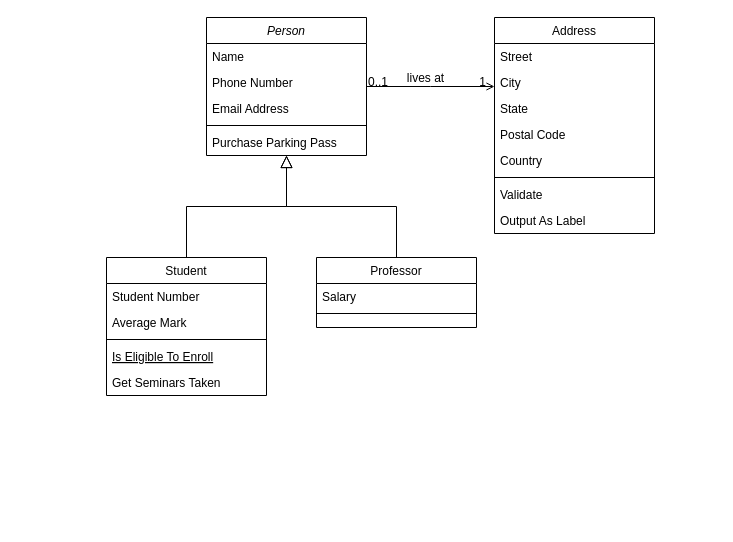
Earlier version of the draw.io diagram class-diagram-presensi.drawio (Brainstormers-comunity/Presensi-Digital). Source tidied: cells renumbered, new cells numbered last; positions are measured from the earlier drawing's top-left corner, leaving out a move shared by most shapes. Both pictures are drawn from the tidied source at 100%, with x=0, y=0 at pixel (106, 17).
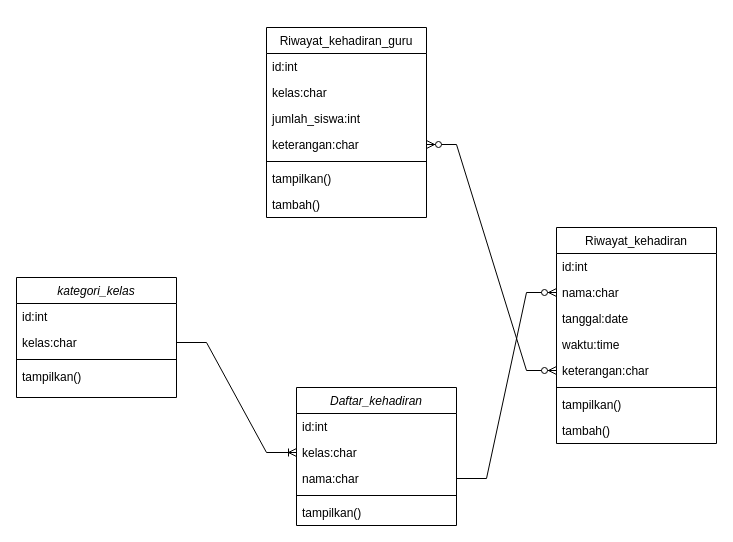
Above is the later version.

Change to the diagram source:
```diff
@@
-    <mxCell id="2" value="Person" style="swimlane;fontStyle=2;align=center;verticalAlign=top;horizontal=1;startSize=26;rounded=0;shadow=0;strokeWidth=1;" parent="1" vertex="1">
-      <mxGeometry x="100" width="160" height="138" as="geometry" />
+    <mxCell id="2" value="Daftar_kehadiran" style="swimlane;fontStyle=2;align=center;verticalAlign=top;horizontal=1;startSize=26;rounded=0;shadow=0;strokeWidth=1;" parent="1" vertex="1">
+      <mxGeometry x="190" y="370" width="160" height="138" as="geometry" />
     </mxCell>
-    <mxCell id="3" value="Name" style="text;align=left;verticalAlign=top;spacingLeft=4;spacingRight=4;overflow=hidden;" parent="2" vertex="1">
+    <mxCell id="3" value="id:int" style="text;align=left;verticalAlign=top;spacingLeft=4;spacingRight=4;overflow=hidden;" parent="2" vertex="1">
       <mxGeometry y="26" width="160" height="26" as="geometry" />
     </mxCell>
-    <mxCell id="4" value="Phone Number" style="text;align=left;verticalAlign=top;spacingLeft=4;spacingRight=4;overflow=hidden;points=[[0,0.5],[1,0.5]];portConstraint=eastwest;rounded=0;shadow=0;html=0;" parent="2" vertex="1">
+    <mxCell id="4" value="kelas:char" style="text;align=left;verticalAlign=top;spacingLeft=4;spacingRight=4;overflow=hidden;points=[[0,0.5],[1,0.5]];portConstraint=eastwest;rounded=0;shadow=0;html=0;" parent="2" vertex="1">
       <mxGeometry y="52" width="160" height="26" as="geometry" />
     </mxCell>
-    <mxCell id="5" value="Email Address" style="text;align=left;verticalAlign=top;spacingLeft=4;spacingRight=4;overflow=hidden;points=[[0,0.5],[1,0.5]];portConstraint=eastwest;rounded=0;shadow=0;html=0;" parent="2" vertex="1">
+    <mxCell id="5" value="nama:char" style="text;align=left;verticalAlign=top;spacingLeft=4;spacingRight=4;overflow=hidden;points=[[0,0.5],[1,0.5]];portConstraint=eastwest;rounded=0;shadow=0;html=0;" parent="2" vertex="1">
       <mxGeometry y="78" width="160" height="26" as="geometry" />
     </mxCell>
@@
-    <mxCell id="7" value="Purchase Parking Pass" style="text;align=left;verticalAlign=top;spacingLeft=4;spacingRight=4;overflow=hidden;" parent="2" vertex="1">
+    <mxCell id="7" value="tampilkan()" style="text;align=left;verticalAlign=top;spacingLeft=4;spacingRight=4;overflow=hidden;" parent="2" vertex="1">
       <mxGeometry y="112" width="160" height="26" as="geometry" />
     </mxCell>
-    <mxCell id="8" value="Student" style="swimlane;fontStyle=0;align=center;verticalAlign=top;horizontal=1;startSize=26;rounded=0;shadow=0;strokeWidth=1;" parent="1" vertex="1">
-      <mxGeometry y="240" width="160" height="138" as="geometry" />
-    </mxCell>
-    <mxCell id="9" value="Student Number" style="text;align=left;verticalAlign=top;spacingLeft=4;spacingRight=4;overflow=hidden;" parent="8" vertex="1">
-      <mxGeometry y="26" width="160" height="26" as="geometry" />
-    </mxCell>
-    <mxCell id="10" value="Average Mark" style="text;align=left;verticalAlign=top;spacingLeft=4;spacingRight=4;overflow=hidden;rounded=0;shadow=0;html=0;" parent="8" vertex="1">
-      <mxGeometry y="52" width="160" height="26" as="geometry" />
-    </mxCell>
-    <mxCell id="11" style="line;html=1;strokeWidth=1;align=left;verticalAlign=middle;spacingTop=-1;spacingLeft=3;spacingRight=3;labelPosition=right;" parent="8" vertex="1">
-      <mxGeometry y="78" width="160" height="8" as="geometry" />
-    </mxCell>
-    <mxCell id="12" value="Is Eligible To Enroll" style="text;align=left;verticalAlign=top;spacingLeft=4;spacingRight=4;overflow=hidden;fontStyle=4;" parent="8" vertex="1">
-      <mxGeometry y="86" width="160" height="26" as="geometry" />
-    </mxCell>
-    <mxCell id="13" value="Get Seminars Taken" style="text;align=left;verticalAlign=top;spacingLeft=4;spacingRight=4;overflow=hidden;" parent="8" vertex="1">
-      <mxGeometry y="112" width="160" height="26" as="geometry" />
-    </mxCell>
-    <mxCell id="14" style="endArrow=block;endSize=10;endFill=0;shadow=0;strokeWidth=1;rounded=0;curved=0;edgeStyle=elbowEdgeStyle;elbow=vertical;" parent="1" edge="1" source="8" target="2">
-      <mxGeometry relative="1" as="geometry" />
-    </mxCell>
-    <mxCell id="15" value="Professor" style="swimlane;fontStyle=0;align=center;verticalAlign=top;horizontal=1;startSize=26;rounded=0;shadow=0;strokeWidth=1;" parent="1" vertex="1">
-      <mxGeometry x="210" y="240" width="160" height="70" as="geometry" />
-    </mxCell>
-    <mxCell id="16" value="Salary" style="text;align=left;verticalAlign=top;spacingLeft=4;spacingRight=4;overflow=hidden;" parent="15" vertex="1">
-      <mxGeometry y="26" width="160" height="26" as="geometry" />
-    </mxCell>
-    <mxCell id="17" style="line;html=1;strokeWidth=1;align=left;verticalAlign=middle;spacingTop=-1;spacingLeft=3;spacingRight=3;labelPosition=right;" parent="15" vertex="1">
-      <mxGeometry y="52" width="160" height="8" as="geometry" />
-    </mxCell>
-    <mxCell id="18" style="endArrow=block;endSize=10;endFill=0;shadow=0;strokeWidth=1;rounded=0;curved=0;edgeStyle=elbowEdgeStyle;elbow=vertical;" parent="1" edge="1" source="15" target="2">
-      <mxGeometry relative="1" as="geometry" />
-    </mxCell>
-    <mxCell id="19" value="Address" style="swimlane;fontStyle=0;align=center;verticalAlign=top;horizontal=1;startSize=26;rounded=0;shadow=0;strokeWidth=1;" parent="1" vertex="1">
-      <mxGeometry x="388" width="160" height="216" as="geometry" />
+    <mxCell id="19" value="Riwayat_kehadiran" style="swimlane;fontStyle=0;align=center;verticalAlign=top;horizontal=1;startSize=26;rounded=0;shadow=0;strokeWidth=1;" parent="1" vertex="1">
+      <mxGeometry x="450" y="210" width="160" height="216" as="geometry" />
     </mxCell>
-    <mxCell id="20" value="Street" style="text;align=left;verticalAlign=top;spacingLeft=4;spacingRight=4;overflow=hidden;" parent="19" vertex="1">
+    <mxCell id="20" value="id:int" style="text;align=left;verticalAlign=top;spacingLeft=4;spacingRight=4;overflow=hidden;" parent="19" vertex="1">
       <mxGeometry y="26" width="160" height="26" as="geometry" />
     </mxCell>
+    <mxCell id="22" value="nama:char" style="text;align=left;verticalAlign=top;spacingLeft=4;spacingRight=4;overflow=hidden;points=[[0,0.5],[1,0.5]];portConstraint=eastwest;rounded=0;shadow=0;html=0;" parent="19" vertex="1">
+      <mxGeometry y="52" width="160" height="26" as="geometry" />
+    </mxCell>
-    <mxCell id="21" value="City" style="text;align=left;verticalAlign=top;spacingLeft=4;spacingRight=4;overflow=hidden;rounded=0;shadow=0;html=0;" parent="19" vertex="1">
-      <mxGeometry y="52" width="160" height="26" as="geometry" />
+    <mxCell id="21" value="tanggal:date" style="text;align=left;verticalAlign=top;spacingLeft=4;spacingRight=4;overflow=hidden;rounded=0;shadow=0;html=0;" parent="19" vertex="1">
+      <mxGeometry y="78" width="160" height="26" as="geometry" />
     </mxCell>
-    <mxCell id="22" value="State" style="text;align=left;verticalAlign=top;spacingLeft=4;spacingRight=4;overflow=hidden;points=[[0,0.5],[1,0.5]];portConstraint=eastwest;rounded=0;shadow=0;html=0;" parent="19" vertex="1">
-      <mxGeometry y="78" width="160" height="26" as="geometry" />
-    </mxCell>
-    <mxCell id="23" value="Postal Code" style="text;align=left;verticalAlign=top;spacingLeft=4;spacingRight=4;overflow=hidden;rounded=0;shadow=0;html=0;" parent="19" vertex="1">
+    <mxCell id="23" value="waktu:time" style="text;align=left;verticalAlign=top;spacingLeft=4;spacingRight=4;overflow=hidden;rounded=0;shadow=0;html=0;" parent="19" vertex="1">
       <mxGeometry y="104" width="160" height="26" as="geometry" />
     </mxCell>
-    <mxCell id="24" value="Country" style="text;align=left;verticalAlign=top;spacingLeft=4;spacingRight=4;overflow=hidden;points=[[0,0.5],[1,0.5]];portConstraint=eastwest;rounded=0;shadow=0;html=0;" parent="19" vertex="1">
+    <mxCell id="24" value="keterangan:char" style="text;align=left;verticalAlign=top;spacingLeft=4;spacingRight=4;overflow=hidden;points=[[0,0.5],[1,0.5]];portConstraint=eastwest;rounded=0;shadow=0;html=0;" parent="19" vertex="1">
       <mxGeometry y="130" width="160" height="26" as="geometry" />
     </mxCell>
@@
-    <mxCell id="26" value="Validate" style="text;align=left;verticalAlign=top;spacingLeft=4;spacingRight=4;overflow=hidden;" parent="19" vertex="1">
+    <mxCell id="26" value="tampilkan()" style="text;align=left;verticalAlign=top;spacingLeft=4;spacingRight=4;overflow=hidden;" parent="19" vertex="1">
       <mxGeometry y="164" width="160" height="26" as="geometry" />
     </mxCell>
-    <mxCell id="27" value="Output As Label" style="text;align=left;verticalAlign=top;spacingLeft=4;spacingRight=4;overflow=hidden;" parent="19" vertex="1">
+    <mxCell id="27" value="tambah()" style="text;align=left;verticalAlign=top;spacingLeft=4;spacingRight=4;overflow=hidden;" parent="19" vertex="1">
       <mxGeometry y="190" width="160" height="26" as="geometry" />
     </mxCell>
-    <mxCell id="28" style="endArrow=open;shadow=0;strokeWidth=1;rounded=0;curved=0;endFill=1;edgeStyle=elbowEdgeStyle;elbow=vertical;" parent="1" edge="1" source="2" target="19">
-      <mxGeometry x="0.5" y="41" relative="1" as="geometry">
-        <mxPoint x="-40" y="32" as="offset" />
-      </mxGeometry>
-    </mxCell>
-    <mxCell id="29" value="0..1" style="align=left;verticalAlign=bottom;labelBackgroundColor=none;fontSize=12;" parent="28" vertex="1">
-      <mxGeometry x="-1" relative="1" as="geometry">
-        <mxPoint y="4" as="offset" />
-      </mxGeometry>
-    </mxCell>
-    <mxCell id="30" value="1" style="align=right;verticalAlign=bottom;labelBackgroundColor=none;fontSize=12;" parent="28" vertex="1">
-      <mxGeometry x="1" relative="1" as="geometry">
-        <mxPoint x="-7" y="4" as="offset" />
-      </mxGeometry>
-    </mxCell>
-    <mxCell id="31" value="lives at" style="text;html=1;align=center;verticalAlign=middle;labelBackgroundColor=none;rounded=0;shadow=0;strokeWidth=1;fontSize=12;" parent="28" vertex="1">
-      <mxGeometry x="0.5" y="49" relative="1" as="geometry">
-        <mxPoint x="-38" y="40" as="offset" />
-      </mxGeometry>
-    </mxCell>
+    <mxCell id="32" style="edgeStyle=entityRelationEdgeStyle;fontSize=12;html=1;endArrow=ERzeroToMany;endFill=1;rounded=0;exitX=1;exitY=0.5;exitDx=0;exitDy=0;entryX=0;entryY=0.5;entryDx=0;entryDy=0;" parent="1" edge="1" source="5" target="22">
+      <mxGeometry relative="1" as="geometry">
+        <Array as="points">
+          <mxPoint x="290" y="230" />
+          <mxPoint x="450" y="480" />
+          <mxPoint x="440" y="300" />
+        </Array>
+      </mxGeometry>
+    </mxCell>
+    <mxCell id="33" value="kategori_kelas" style="swimlane;fontStyle=2;align=center;verticalAlign=top;horizontal=1;startSize=26;rounded=0;shadow=0;strokeWidth=1;" parent="1" vertex="1">
+      <mxGeometry x="-90" y="260" width="160" height="120" as="geometry" />
+    </mxCell>
+    <mxCell id="34" value="id:int" style="text;align=left;verticalAlign=top;spacingLeft=4;spacingRight=4;overflow=hidden;" parent="33" vertex="1">
+      <mxGeometry y="26" width="160" height="26" as="geometry" />
+    </mxCell>
+    <mxCell id="35" value="kelas:char" style="text;align=left;verticalAlign=top;spacingLeft=4;spacingRight=4;overflow=hidden;points=[[0,0.5],[1,0.5]];portConstraint=eastwest;rounded=0;shadow=0;html=0;" parent="33" vertex="1">
+      <mxGeometry y="52" width="160" height="26" as="geometry" />
+    </mxCell>
+    <mxCell id="11" style="line;html=1;strokeWidth=1;align=left;verticalAlign=middle;spacingTop=-1;spacingLeft=3;spacingRight=3;labelPosition=right;" parent="33" vertex="1">
+      <mxGeometry y="78" width="160" height="8" as="geometry" />
+    </mxCell>
+    <mxCell id="36" value="tampilkan()" style="text;align=left;verticalAlign=top;spacingLeft=4;spacingRight=4;overflow=hidden;" parent="33" vertex="1">
+      <mxGeometry y="86" width="160" height="26" as="geometry" />
+    </mxCell>
+    <mxCell id="37" style="edgeStyle=entityRelationEdgeStyle;fontSize=12;html=1;endArrow=ERoneToMany;rounded=0;entryX=0;entryY=0.5;entryDx=0;entryDy=0;exitX=1;exitY=0.5;exitDx=0;exitDy=0;" parent="1" edge="1" source="35" target="4">
+      <mxGeometry relative="1" as="geometry">
+        <Array as="points">
+          <mxPoint x="80" y="40" />
+        </Array>
+      </mxGeometry>
+    </mxCell>
+    <mxCell id="38" value="Riwayat_kehadiran_guru" style="swimlane;fontStyle=0;align=center;verticalAlign=top;horizontal=1;startSize=26;rounded=0;shadow=0;strokeWidth=1;" parent="1" vertex="1">
+      <mxGeometry x="160" y="10" width="160" height="190" as="geometry" />
+    </mxCell>
+    <mxCell id="39" value="id:int" style="text;align=left;verticalAlign=top;spacingLeft=4;spacingRight=4;overflow=hidden;" parent="38" vertex="1">
+      <mxGeometry y="26" width="160" height="26" as="geometry" />
+    </mxCell>
+    <mxCell id="40" value="kelas:char" style="text;align=left;verticalAlign=top;spacingLeft=4;spacingRight=4;overflow=hidden;rounded=0;shadow=0;html=0;" parent="38" vertex="1">
+      <mxGeometry y="52" width="160" height="26" as="geometry" />
+    </mxCell>
+    <mxCell id="41" value="jumlah_siswa:int" style="text;align=left;verticalAlign=top;spacingLeft=4;spacingRight=4;overflow=hidden;rounded=0;shadow=0;html=0;" parent="38" vertex="1">
+      <mxGeometry y="78" width="160" height="26" as="geometry" />
+    </mxCell>
+    <mxCell id="42" value="keterangan:char" style="text;align=left;verticalAlign=top;spacingLeft=4;spacingRight=4;overflow=hidden;points=[[0,0.5],[1,0.5]];portConstraint=eastwest;rounded=0;shadow=0;html=0;" parent="38" vertex="1">
+      <mxGeometry y="104" width="160" height="26" as="geometry" />
+    </mxCell>
+    <mxCell id="43" style="line;html=1;strokeWidth=1;align=left;verticalAlign=middle;spacingTop=-1;spacingLeft=3;spacingRight=3;labelPosition=right;" parent="38" vertex="1">
+      <mxGeometry y="130" width="160" height="8" as="geometry" />
+    </mxCell>
+    <mxCell id="44" value="tampilkan()" style="text;align=left;verticalAlign=top;spacingLeft=4;spacingRight=4;overflow=hidden;" parent="38" vertex="1">
+      <mxGeometry y="138" width="160" height="26" as="geometry" />
+    </mxCell>
+    <mxCell id="45" value="tambah()" style="text;align=left;verticalAlign=top;spacingLeft=4;spacingRight=4;overflow=hidden;" parent="38" vertex="1">
+      <mxGeometry y="164" width="160" height="26" as="geometry" />
+    </mxCell>
+    <mxCell id="46" style="edgeStyle=entityRelationEdgeStyle;fontSize=12;html=1;endArrow=ERzeroToMany;endFill=1;startArrow=ERzeroToMany;rounded=0;entryX=0;entryY=0.5;entryDx=0;entryDy=0;exitX=1;exitY=0.5;exitDx=0;exitDy=0;" parent="1" edge="1" source="42" target="24">
+      <mxGeometry relative="1" as="geometry">
+        <Array as="points">
+          <mxPoint x="330" y="70" />
+          <mxPoint x="410" y="40" />
+        </Array>
+      </mxGeometry>
+    </mxCell>
```
